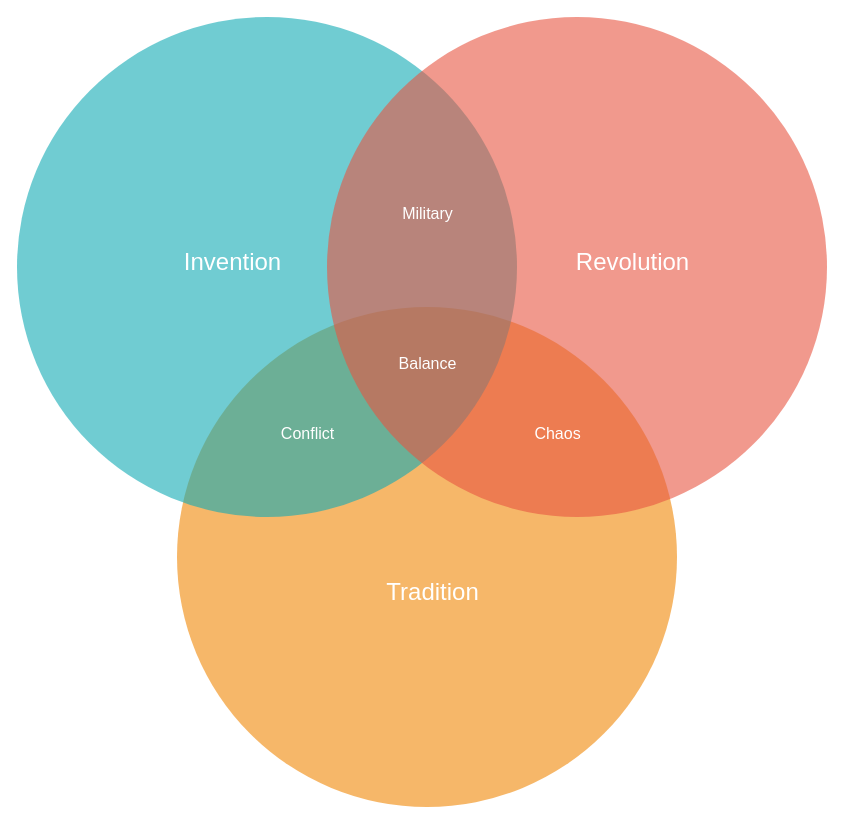
This is 名称未設定ファイル.drawio from e21084/drawio, a draw.io file, before an edit. Source tidied: cells renumbered, new cells numbered last; positions are measured from the earlier drawing's top-left corner, leaving out a move shared by most shapes. Both pictures are drawn from the tidied source at 100%, with x=0, y=0 at pixel (17, 16).
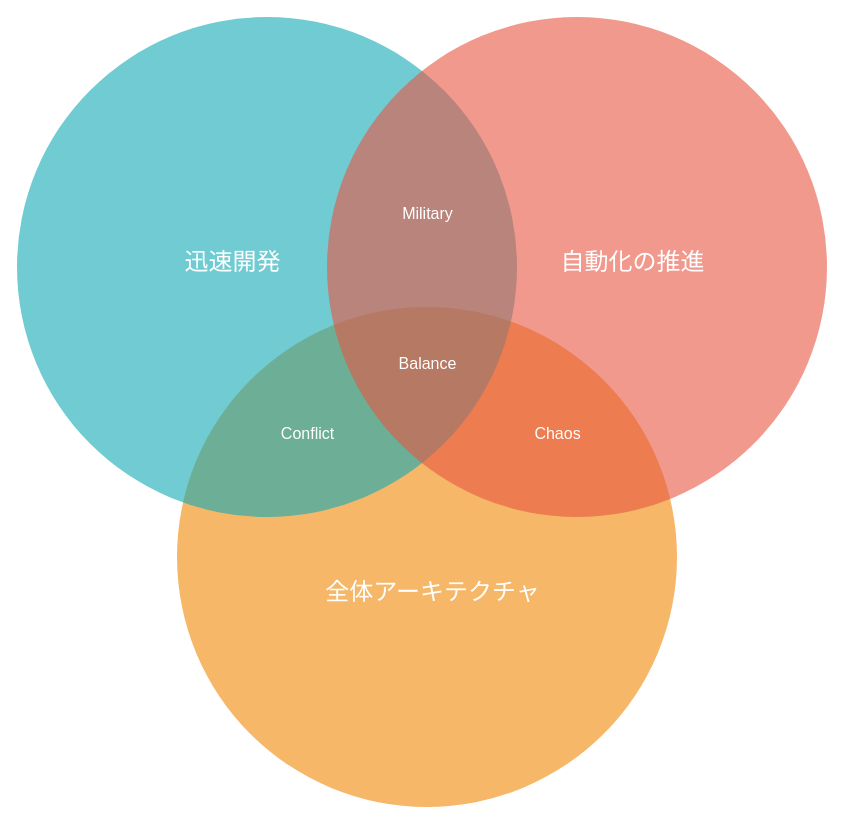
The same diagram, later.

Commit message:
プリンシプルのベン図

The edit, as a diff of the source:
```diff
@@
 <mxGraphModel background="#ffffff">
   <root>
     <mxCell id="0" />
     <mxCell id="1" parent="0" />
     <mxCell id="2" style="ellipse;fillColor=#F08705;opacity=60;strokeColor=none;html=1;fontColor=#FFFFFF;" parent="1" vertex="1">
       <mxGeometry x="159.5" y="290.5" width="500" height="500" as="geometry" />
     </mxCell>
     <mxCell id="3" style="ellipse;fillColor=#12AAB5;opacity=60;strokeColor=none;html=1;fontColor=#FFFFFF;" parent="1" vertex="1">
       <mxGeometry x="-0.5" y="0.5" width="500" height="500" as="geometry" />
     </mxCell>
     <mxCell id="4" style="ellipse;fillColor=#e85642;opacity=60;strokeColor=none;html=1;fontColor=#FFFFFF;" parent="1" vertex="1">
       <mxGeometry x="309.5" y="0.5" width="500" height="500" as="geometry" />
     </mxCell>
-    <mxCell id="5" value="Invention" style="text;fontSize=24;align=center;verticalAlign=middle;html=1;fontColor=#FFFFFF;" parent="1" vertex="1">
+    <mxCell id="5" value="迅速開発" style="text;fontSize=24;align=center;verticalAlign=middle;html=1;fontColor=#FFFFFF;" parent="1" vertex="1">
       <mxGeometry x="119.5" y="210.5" width="190" height="70" as="geometry" />
     </mxCell>
-    <mxCell id="6" value="Revolution" style="text;fontSize=24;align=center;verticalAlign=middle;html=1;fontColor=#FFFFFF;" parent="1" vertex="1">
+    <mxCell id="6" value="自動化の推進" style="text;fontSize=24;align=center;verticalAlign=middle;html=1;fontColor=#FFFFFF;" parent="1" vertex="1">
       <mxGeometry x="519.5" y="210.5" width="190" height="70" as="geometry" />
     </mxCell>
-    <mxCell id="7" value="Tradition" style="text;fontSize=24;align=center;verticalAlign=middle;html=1;fontColor=#FFFFFF;" parent="1" vertex="1">
+    <mxCell id="7" value="全体アーキテクチャ" style="text;fontSize=24;align=center;verticalAlign=middle;html=1;fontColor=#FFFFFF;" parent="1" vertex="1">
       <mxGeometry x="319.5" y="540.5" width="190" height="70" as="geometry" />
     </mxCell>
     <mxCell id="8" value="Military" style="text;align=center;html=1;fontColor=#FFFFFF;fontSize=16;" parent="1" vertex="1">
       <mxGeometry x="389.5" y="180.5" width="40" height="40" as="geometry" />
     </mxCell>
     <mxCell id="9" value="Conflict" style="text;align=center;html=1;fontColor=#FFFFFF;fontSize=16;" parent="1" vertex="1">
       <mxGeometry x="269.5" y="400.5" width="40" height="40" as="geometry" />
     </mxCell>
     <mxCell id="10" value="Chaos" style="text;align=center;html=1;fontColor=#FFFFFF;fontSize=16;" parent="1" vertex="1">
       <mxGeometry x="519.5" y="400.5" width="40" height="40" as="geometry" />
     </mxCell>
     <mxCell id="11" value="Balance" style="text;align=center;html=1;fontColor=#FFFFFF;fontSize=16;" parent="1" vertex="1">
       <mxGeometry x="389.5" y="330.5" width="40" height="40" as="geometry" />
     </mxCell>
   </root>
 </mxGraphModel>
```
